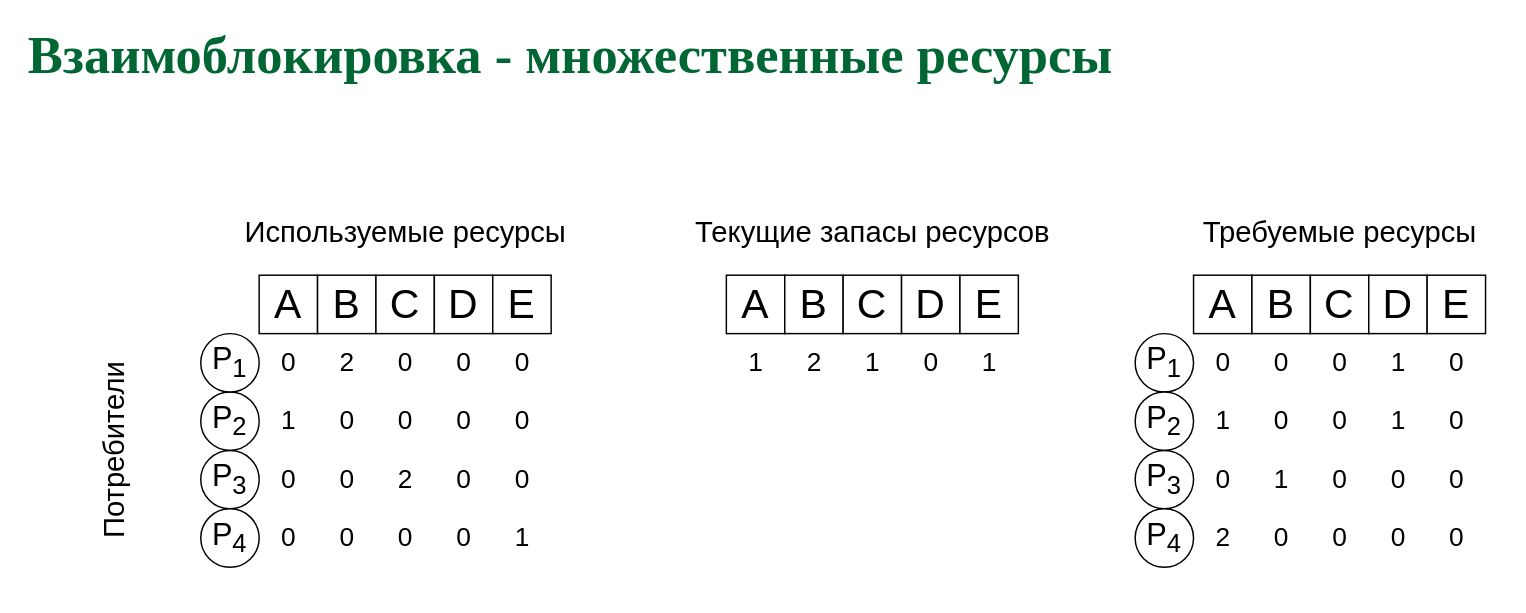
This is page "Deadlock - MultiRes1" (5 of 10) of slides/deadlock.drawio from 77maxikov/os_course, a draw.io file, before an edit. Source tidied: cells renumbered, new cells numbered last; positions are measured from the earlier drawing's top-left corner, leaving out a move shared by most shapes. Both pictures are drawn from the tidied source at 146%, with x=0, y=0 at pixel (25, 41).
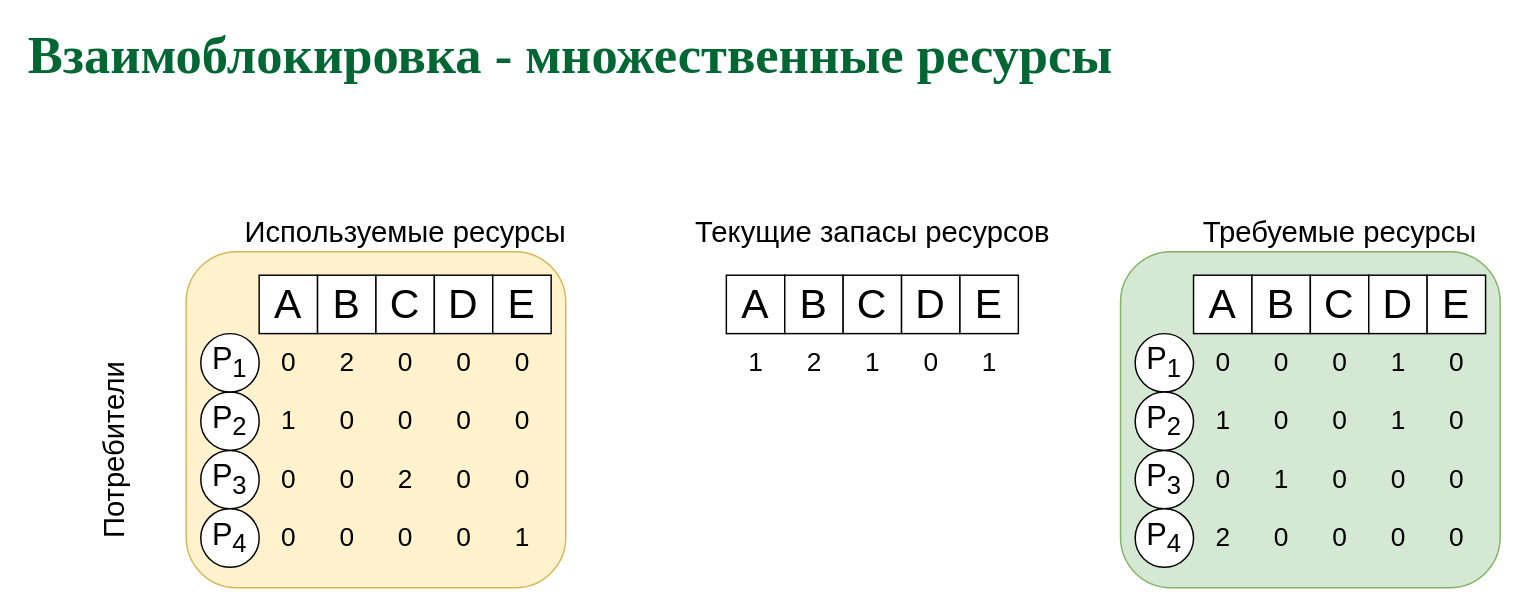
After the change.

What changed in the source:
```diff
@@
+    <mxCell id="76" style="rounded=1;whiteSpace=wrap;html=1;fontSize=24;fillColor=#fff2cc;strokeColor=#d6b656;" parent="1" vertex="1">
+      <mxGeometry x="110" y="144" width="260" height="230" as="geometry" />
+    </mxCell>
+    <mxCell id="77" style="rounded=1;whiteSpace=wrap;html=1;fontSize=24;fillColor=#d5e8d4;strokeColor=#82b366;" parent="1" vertex="1">
+      <mxGeometry x="750" y="144" width="260" height="230" as="geometry" />
+    </mxCell>
```
